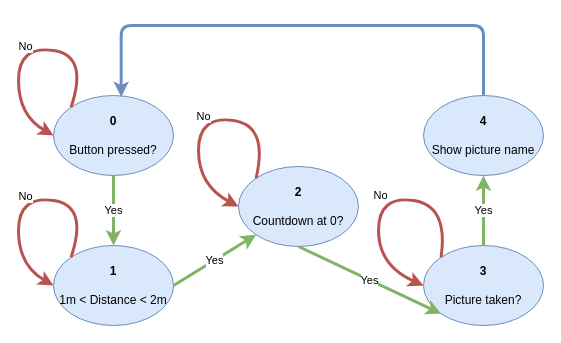
FHNW-IP5-IP6/GPIOSimulator keeps this draw.io diagram as docs/assets/source/Sample_Project_States.drawio. Above is the earlier version. Source tidied: cells renumbered, new cells numbered last; positions are measured from the earlier drawing's top-left corner, leaving out a move shared by most shapes. Both pictures are drawn from the tidied source at 100%, with x=0, y=0 at pixel (18, 25).
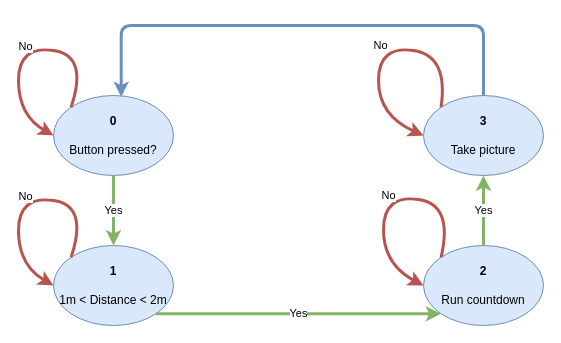
The same diagram, later.

Commit message (it also covers changes not shown here):
updated state diagram

The change refers to these unchanged cells:
```xml
<mxCell id="2" value="&lt;b&gt;0&lt;/b&gt;&lt;br&gt;&lt;br&gt;Button pressed?" style="ellipse;whiteSpace=wrap;html=1;fillColor=#dae8fc;strokeColor=#6c8ebf;" parent="1" vertex="1">
  <mxGeometry x="35" y="70" width="120" height="80" as="geometry" />
</mxCell>
<mxCell id="4" value="&lt;b&gt;1&lt;/b&gt;&lt;br&gt;&lt;br&gt;1m &amp;lt; Distance &amp;lt; 2m" style="ellipse;whiteSpace=wrap;html=1;fillColor=#dae8fc;strokeColor=#6c8ebf;" parent="1" vertex="1">
  <mxGeometry x="35" y="220" width="120" height="80" as="geometry" />
</mxCell>
```

The edit, as a diff of the source:
```diff
@@
-    <mxCell id="7" value="&lt;b&gt;2&lt;/b&gt;&lt;br&gt;&lt;br&gt;Countdown at 0?" style="ellipse;whiteSpace=wrap;html=1;fillColor=#dae8fc;strokeColor=#6c8ebf;" parent="1" vertex="1">
-      <mxGeometry x="220" y="141" width="120" height="80" as="geometry" />
+    <mxCell id="7" value="&lt;b&gt;2&lt;/b&gt;&lt;br&gt;&lt;br&gt;Run countdown" style="ellipse;whiteSpace=wrap;html=1;fillColor=#dae8fc;strokeColor=#6c8ebf;" parent="1" vertex="1">
+      <mxGeometry x="405" y="220" width="120" height="80" as="geometry" />
     </mxCell>
     <mxCell id="8" value="No" style="curved=1;endArrow=classic;html=1;exitX=0;exitY=0;exitDx=0;exitDy=0;entryX=0;entryY=0.5;entryDx=0;entryDy=0;fillColor=#f8cecc;strokeColor=#b85450;strokeWidth=3;" parent="1" edge="1" source="7" target="7">
       <mxGeometry relative="1" as="geometry">
         <Array as="points">
-          <mxPoint x="250" y="100" />
-          <mxPoint x="180" y="90" />
-          <mxPoint x="180" y="160" />
+          <mxPoint x="435" y="179" />
+          <mxPoint x="365" y="169" />
+          <mxPoint x="365" y="239" />
         </Array>
       </mxGeometry>
     </mxCell>
-    <mxCell id="9" value="Yes" style="endArrow=classic;html=1;exitX=1;exitY=0.5;exitDx=0;exitDy=0;entryX=0;entryY=1;entryDx=0;entryDy=0;fillColor=#d5e8d4;strokeColor=#82b366;strokeWidth=3;" parent="1" edge="1" source="4" target="7">
+    <mxCell id="9" value="Yes" style="endArrow=classic;html=1;exitX=1;exitY=1;exitDx=0;exitDy=0;entryX=0;entryY=1;entryDx=0;entryDy=0;fillColor=#d5e8d4;strokeColor=#82b366;strokeWidth=3;" parent="1" edge="1" source="4" target="7">
       <mxGeometry relative="1" as="geometry" />
     </mxCell>
-    <mxCell id="10" value="&lt;b&gt;3&lt;/b&gt;&lt;br&gt;&lt;br&gt;Picture taken?" style="ellipse;whiteSpace=wrap;html=1;fillColor=#dae8fc;strokeColor=#6c8ebf;" parent="1" vertex="1">
-      <mxGeometry x="405" y="220" width="120" height="80" as="geometry" />
+    <mxCell id="10" value="&lt;b&gt;3&lt;/b&gt;&lt;br&gt;&lt;br&gt;Take picture" style="ellipse;whiteSpace=wrap;html=1;fillColor=#dae8fc;strokeColor=#6c8ebf;" parent="1" vertex="1">
+      <mxGeometry x="405" y="70" width="120" height="80" as="geometry" />
     </mxCell>
     <mxCell id="11" value="No" style="curved=1;endArrow=classic;html=1;entryX=0;entryY=0.5;entryDx=0;entryDy=0;exitX=0;exitY=0;exitDx=0;exitDy=0;fillColor=#f8cecc;strokeColor=#b85450;strokeWidth=3;" parent="1" edge="1" source="10" target="10">
       <mxGeometry relative="1" as="geometry">
         <Array as="points">
-          <mxPoint x="430" y="180" />
-          <mxPoint x="360" y="170" />
-          <mxPoint x="360" y="240" />
+          <mxPoint x="430" y="30" />
+          <mxPoint x="360" y="20" />
+          <mxPoint x="360" y="90" />
         </Array>
       </mxGeometry>
     </mxCell>
-    <mxCell id="12" value="Yes" style="endArrow=classic;html=1;exitX=0.5;exitY=1;exitDx=0;exitDy=0;entryX=0;entryY=1;entryDx=0;entryDy=0;strokeWidth=3;fillColor=#d5e8d4;strokeColor=#82b366;" parent="1" edge="1" source="7" target="10">
+    <mxCell id="12" value="Yes" style="endArrow=classic;html=1;exitX=0.5;exitY=0;exitDx=0;exitDy=0;entryX=0.5;entryY=1;entryDx=0;entryDy=0;strokeWidth=3;fillColor=#d5e8d4;strokeColor=#82b366;" parent="1" edge="1" source="7" target="10">
       <mxGeometry relative="1" as="geometry" />
     </mxCell>
-    <mxCell id="13" value="&lt;b&gt;4&lt;/b&gt;&lt;br&gt;&lt;br&gt;Show picture name" style="ellipse;whiteSpace=wrap;html=1;fillColor=#dae8fc;strokeColor=#6c8ebf;" parent="1" vertex="1">
-      <mxGeometry x="405" y="70" width="120" height="80" as="geometry" />
-    </mxCell>
-    <mxCell id="14" value="Yes" style="endArrow=classic;html=1;exitX=0.5;exitY=0;exitDx=0;exitDy=0;fillColor=#d5e8d4;strokeColor=#82b366;strokeWidth=3;" parent="1" edge="1" source="10" target="13">
-      <mxGeometry relative="1" as="geometry" />
-    </mxCell>
-    <mxCell id="15" style="edgeStyle=segmentEdgeStyle;endArrow=classic;html=1;entryX=0.564;entryY=0.018;entryDx=0;entryDy=0;entryPerimeter=0;exitX=0.5;exitY=0;exitDx=0;exitDy=0;fillColor=#dae8fc;strokeColor=#6c8ebf;strokeWidth=3;" parent="1" edge="1" source="13" target="2">
+    <mxCell id="15" style="edgeStyle=segmentEdgeStyle;endArrow=classic;html=1;entryX=0.564;entryY=0.018;entryDx=0;entryDy=0;entryPerimeter=0;exitX=0.5;exitY=0;exitDx=0;exitDy=0;fillColor=#dae8fc;strokeColor=#6c8ebf;strokeWidth=3;" parent="1" edge="1" target="2">
       <mxGeometry relative="1" as="geometry">
+        <mxPoint x="465" y="70" as="sourcePoint" />
         <Array as="points">
           <mxPoint x="465" />
           <mxPoint x="103" />
         </Array>
       </mxGeometry>
     </mxCell>
```
